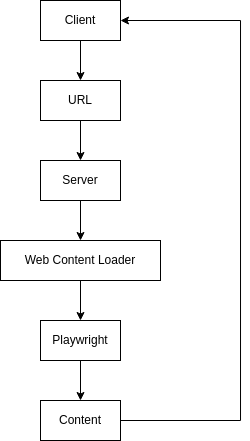
Before: _readme/Diagram.drawio.png, a diagram exported from draw.io (ames0k0/url-to-web-content). Source tidied: cells renumbered, new cells last; positions are measured from the earlier drawing's top-left corner, leaving out a move shared by most shapes.
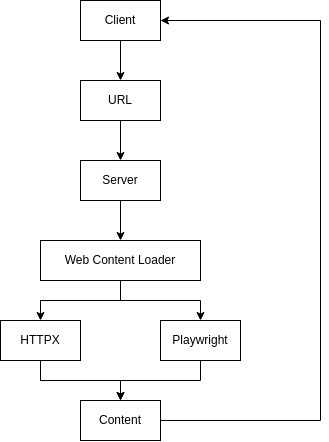
Above is the later version.

Commit message:
core: Renamed `Playwright` to `WCLPlaywright`

Diff of the diagram source:
```diff
@@ -11,14 +11,17 @@
     <mxCell id="4" style="edgeStyle=orthogonalEdgeStyle;rounded=0;jettySize=auto;html=1;" parent="1" edge="1" source="5" target="13">
       <mxGeometry relative="1" as="geometry" />
     </mxCell>
+    <mxCell id="14" style="edgeStyle=orthogonalEdgeStyle;rounded=0;jettySize=auto;html=1;" parent="1" edge="1" source="5" target="16">
+      <mxGeometry relative="1" as="geometry" />
+    </mxCell>
     <mxCell id="5" value="Web Content Loader" style="whiteSpace=wrap;html=1;" parent="1" vertex="1">
       <mxGeometry y="240" width="160" height="40" as="geometry" />
     </mxCell>
     <mxCell id="6" style="edgeStyle=orthogonalEdgeStyle;rounded=0;jettySize=auto;html=1;" parent="1" edge="1" source="7" target="9">
       <mxGeometry relative="1" as="geometry">
         <Array as="points">
-          <mxPoint x="240" y="420" />
-          <mxPoint x="240" y="20" />
+          <mxPoint x="280" y="420" />
+          <mxPoint x="280" y="20" />
         </Array>
       </mxGeometry>
     </mxCell>
@@ -40,8 +43,14 @@
     <mxCell id="12" style="edgeStyle=orthogonalEdgeStyle;rounded=0;jettySize=auto;html=1;" parent="1" edge="1" source="13" target="7">
       <mxGeometry relative="1" as="geometry" />
     </mxCell>
-    <mxCell id="13" value="Playwright" style="whiteSpace=wrap;html=1;" parent="1" vertex="1">
-      <mxGeometry x="40" y="320" width="80" height="40" as="geometry" />
+    <mxCell id="13" value="HTTPX" style="whiteSpace=wrap;html=1;" parent="1" vertex="1">
+      <mxGeometry x="-40" y="320" width="80" height="40" as="geometry" />
     </mxCell>
+    <mxCell id="15" style="edgeStyle=orthogonalEdgeStyle;rounded=0;jettySize=auto;html=1;" parent="1" edge="1" source="16" target="7">
+      <mxGeometry relative="1" as="geometry" />
+    </mxCell>
+    <mxCell id="16" value="Playwright" style="whiteSpace=wrap;html=1;" parent="1" vertex="1">
+      <mxGeometry x="120" y="320" width="80" height="40" as="geometry" />
+    </mxCell>
   </root>
 </mxGraphModel>
```
